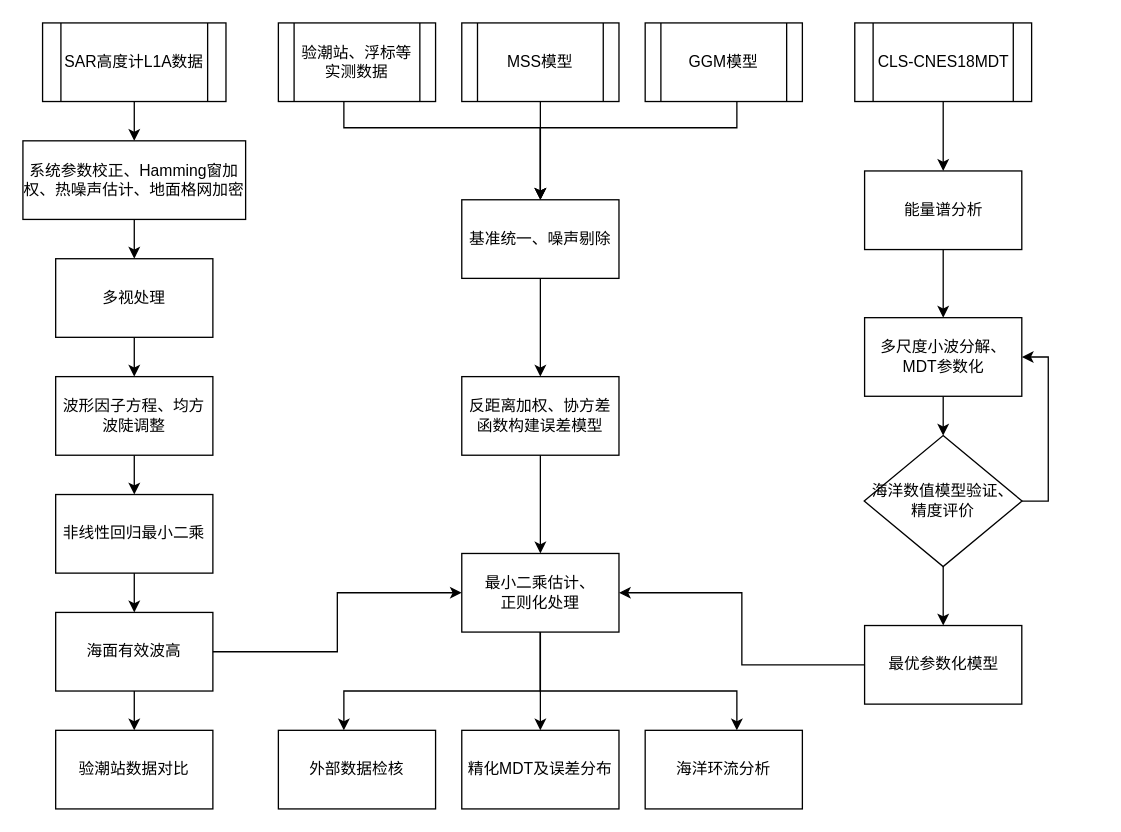
The draw.io diagram Multi-source data for MDT refinement.drawio in skgiter/drawIO, before the edit. Source tidied: cells renumbered, new cells numbered last; positions are measured from the earlier drawing's top-left corner, leaving out a move shared by most shapes. Both pictures are drawn from the tidied source at 131%, with x=0, y=0 at pixel (22, 22).
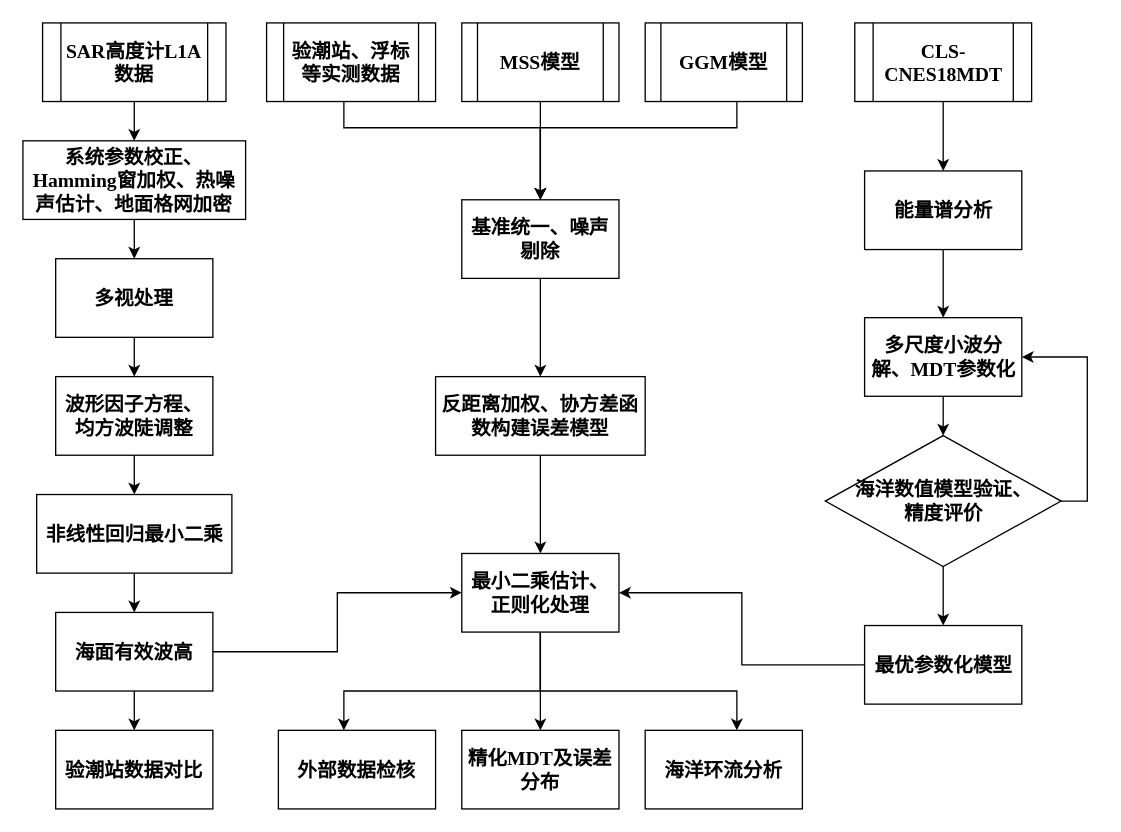
After the change.

Change to the diagram source:
```diff
@@
-    <mxCell id="2" style="edgeStyle=orthogonalEdgeStyle;rounded=0;jettySize=auto;html=1;" parent="1" edge="1" source="3" target="5">
+    <mxCell id="2" style="edgeStyle=orthogonalEdgeStyle;rounded=0;jettySize=auto;html=1;fontFamily=Times New Roman;fontStyle=1;fontSize=15;" parent="1" edge="1" source="3" target="5">
       <mxGeometry relative="1" as="geometry" />
     </mxCell>
-    <mxCell id="3" value="SAR高度计L1A数据" style="shape=process;whiteSpace=wrap;html=1;backgroundOutline=1;" parent="1" vertex="1">
+    <mxCell id="3" value="SAR高度计L1A数据" style="shape=process;whiteSpace=wrap;html=1;backgroundOutline=1;fontFamily=Times New Roman;fontStyle=1;fontSize=15;" parent="1" vertex="1">
       <mxGeometry x="15" width="140" height="60" as="geometry" />
     </mxCell>
-    <mxCell id="4" style="edgeStyle=orthogonalEdgeStyle;rounded=0;jettySize=auto;html=1;" parent="1" edge="1" source="5" target="7">
+    <mxCell id="4" style="edgeStyle=orthogonalEdgeStyle;rounded=0;jettySize=auto;html=1;fontFamily=Times New Roman;fontStyle=1;fontSize=15;" parent="1" edge="1" source="5" target="7">
       <mxGeometry relative="1" as="geometry" />
     </mxCell>
-    <mxCell id="5" value="系统参数校正、Hamming窗加权、热噪声估计、地面格网加密" style="rounded=0;whiteSpace=wrap;html=1;" parent="1" vertex="1">
+    <mxCell id="5" value="系统参数校正、Hamming窗加权、热噪声估计、地面格网加密" style="rounded=0;whiteSpace=wrap;html=1;fontFamily=Times New Roman;fontStyle=1;fontSize=15;" parent="1" vertex="1">
       <mxGeometry y="90" width="170" height="60" as="geometry" />
     </mxCell>
-    <mxCell id="6" style="edgeStyle=orthogonalEdgeStyle;rounded=0;jettySize=auto;html=1;" parent="1" edge="1" source="7" target="9">
+    <mxCell id="6" style="edgeStyle=orthogonalEdgeStyle;rounded=0;jettySize=auto;html=1;fontFamily=Times New Roman;fontStyle=1;fontSize=15;" parent="1" edge="1" source="7" target="9">
       <mxGeometry relative="1" as="geometry" />
     </mxCell>
-    <mxCell id="7" value="&lt;span style=&quot;white-space: normal&quot;&gt;多视处理&lt;/span&gt;" style="rounded=0;whiteSpace=wrap;html=1;" parent="1" vertex="1">
+    <mxCell id="7" value="&lt;span style=&quot;white-space: normal; font-size: 15px;&quot;&gt;多视处理&lt;/span&gt;" style="rounded=0;whiteSpace=wrap;html=1;fontFamily=Times New Roman;fontStyle=1;fontSize=15;" parent="1" vertex="1">
       <mxGeometry x="25" y="180" width="120" height="60" as="geometry" />
     </mxCell>
-    <mxCell id="8" style="edgeStyle=orthogonalEdgeStyle;rounded=0;jettySize=auto;html=1;" parent="1" edge="1" source="9" target="11">
+    <mxCell id="8" style="edgeStyle=orthogonalEdgeStyle;rounded=0;jettySize=auto;html=1;fontFamily=Times New Roman;fontStyle=1;fontSize=15;" parent="1" edge="1" source="9" target="11">
       <mxGeometry relative="1" as="geometry" />
     </mxCell>
-    <mxCell id="9" value="&lt;span style=&quot;white-space: normal&quot;&gt;波形因子方程、均方波陡调整&lt;/span&gt;" style="rounded=0;whiteSpace=wrap;html=1;" parent="1" vertex="1">
+    <mxCell id="9" value="&lt;span style=&quot;white-space: normal; font-size: 15px;&quot;&gt;波形因子方程、均方波陡调整&lt;/span&gt;" style="rounded=0;whiteSpace=wrap;html=1;fontFamily=Times New Roman;fontStyle=1;fontSize=15;" parent="1" vertex="1">
       <mxGeometry x="25" y="270" width="120" height="60" as="geometry" />
     </mxCell>
-    <mxCell id="10" style="edgeStyle=orthogonalEdgeStyle;rounded=0;jettySize=auto;html=1;" parent="1" edge="1" source="11" target="13">
+    <mxCell id="10" style="edgeStyle=orthogonalEdgeStyle;rounded=0;jettySize=auto;html=1;fontFamily=Times New Roman;fontStyle=1;fontSize=15;" parent="1" edge="1" source="11" target="13">
       <mxGeometry relative="1" as="geometry" />
     </mxCell>
-    <mxCell id="11" value="&lt;span style=&quot;white-space: normal&quot;&gt;非线性回归最小二乘&lt;/span&gt;" style="rounded=0;whiteSpace=wrap;html=1;" parent="1" vertex="1">
-      <mxGeometry x="25" y="360" width="120" height="60" as="geometry" />
+    <mxCell id="11" value="&lt;span style=&quot;white-space: normal; font-size: 15px;&quot;&gt;非线性回归最小二乘&lt;/span&gt;" style="rounded=0;whiteSpace=wrap;html=1;fontFamily=Times New Roman;fontStyle=1;fontSize=15;" parent="1" vertex="1">
+      <mxGeometry x="10.5" y="360" width="149" height="60" as="geometry" />
     </mxCell>
-    <mxCell id="12" style="edgeStyle=orthogonalEdgeStyle;rounded=0;jettySize=auto;html=1;" parent="1" edge="1" source="13" target="15">
+    <mxCell id="12" style="edgeStyle=orthogonalEdgeStyle;rounded=0;jettySize=auto;html=1;fontFamily=Times New Roman;fontStyle=1;fontSize=15;" parent="1" edge="1" source="13" target="15">
       <mxGeometry relative="1" as="geometry" />
     </mxCell>
-    <mxCell id="13" value="&lt;span style=&quot;white-space: normal&quot;&gt;海面有效波高&lt;/span&gt;" style="rounded=0;whiteSpace=wrap;html=1;" parent="1" vertex="1">
+    <mxCell id="13" value="&lt;span style=&quot;white-space: normal; font-size: 15px;&quot;&gt;海面有效波高&lt;/span&gt;" style="rounded=0;whiteSpace=wrap;html=1;fontFamily=Times New Roman;fontStyle=1;fontSize=15;" parent="1" vertex="1">
       <mxGeometry x="25" y="450" width="120" height="60" as="geometry" />
     </mxCell>
-    <mxCell id="14" style="edgeStyle=orthogonalEdgeStyle;rounded=0;jettySize=auto;html=1;entryX=0;entryY=0.5;entryDx=0;entryDy=0;exitX=1;exitY=0.5;exitDx=0;exitDy=0;" parent="1" edge="1" source="13" target="40">
+    <mxCell id="14" style="edgeStyle=orthogonalEdgeStyle;rounded=0;jettySize=auto;html=1;entryX=0;entryY=0.5;entryDx=0;entryDy=0;exitX=1;exitY=0.5;exitDx=0;exitDy=0;fontFamily=Times New Roman;fontStyle=1;fontSize=15;" parent="1" edge="1" source="13" target="40">
       <mxGeometry relative="1" as="geometry" />
     </mxCell>
-    <mxCell id="15" value="&lt;span style=&quot;white-space: normal&quot;&gt;验潮站数据对比&lt;/span&gt;" style="rounded=0;whiteSpace=wrap;html=1;" parent="1" vertex="1">
+    <mxCell id="15" value="&lt;span style=&quot;white-space: normal; font-size: 15px;&quot;&gt;验潮站数据对比&lt;/span&gt;" style="rounded=0;whiteSpace=wrap;html=1;fontFamily=Times New Roman;fontStyle=1;fontSize=15;" parent="1" vertex="1">
       <mxGeometry x="25" y="540" width="120" height="60" as="geometry" />
     </mxCell>
-    <mxCell id="16" style="edgeStyle=orthogonalEdgeStyle;rounded=0;jettySize=auto;html=1;" parent="1" edge="1" source="17" target="19">
+    <mxCell id="16" style="edgeStyle=orthogonalEdgeStyle;rounded=0;jettySize=auto;html=1;fontFamily=Times New Roman;fontStyle=1;fontSize=15;" parent="1" edge="1" source="17" target="19">
       <mxGeometry relative="1" as="geometry" />
     </mxCell>
-    <mxCell id="17" value="CLS-CNES18MDT" style="shape=process;whiteSpace=wrap;html=1;backgroundOutline=1;" parent="1" vertex="1">
+    <mxCell id="17" value="CLS-CNES18MDT" style="shape=process;whiteSpace=wrap;html=1;backgroundOutline=1;fontFamily=Times New Roman;fontStyle=1;fontSize=15;" parent="1" vertex="1">
       <mxGeometry x="635" width="135" height="60" as="geometry" />
     </mxCell>
-    <mxCell id="18" style="edgeStyle=orthogonalEdgeStyle;rounded=0;jettySize=auto;html=1;" parent="1" edge="1" source="19" target="21">
+    <mxCell id="18" style="edgeStyle=orthogonalEdgeStyle;rounded=0;jettySize=auto;html=1;fontFamily=Times New Roman;fontStyle=1;fontSize=15;" parent="1" edge="1" source="19" target="21">
       <mxGeometry relative="1" as="geometry" />
     </mxCell>
-    <mxCell id="19" value="能量谱分析" style="rounded=0;whiteSpace=wrap;html=1;" parent="1" vertex="1">
+    <mxCell id="19" value="能量谱分析" style="rounded=0;whiteSpace=wrap;html=1;fontFamily=Times New Roman;fontStyle=1;fontSize=15;" parent="1" vertex="1">
       <mxGeometry x="642.5" y="113" width="120" height="60" as="geometry" />
     </mxCell>
-    <mxCell id="20" style="edgeStyle=orthogonalEdgeStyle;rounded=0;jettySize=auto;html=1;" parent="1" edge="1" source="21" target="24">
+    <mxCell id="20" style="edgeStyle=orthogonalEdgeStyle;rounded=0;jettySize=auto;html=1;fontFamily=Times New Roman;fontStyle=1;fontSize=15;" parent="1" edge="1" source="21" target="24">
       <mxGeometry relative="1" as="geometry" />
     </mxCell>
-    <mxCell id="21" value="多尺度小波分解、MDT参数化" style="rounded=0;whiteSpace=wrap;html=1;" parent="1" vertex="1">
+    <mxCell id="21" value="多尺度小波分解、MDT参数化" style="rounded=0;whiteSpace=wrap;html=1;fontFamily=Times New Roman;fontStyle=1;fontSize=15;" parent="1" vertex="1">
       <mxGeometry x="642.5" y="225" width="120" height="60" as="geometry" />
     </mxCell>
-    <mxCell id="22" style="edgeStyle=orthogonalEdgeStyle;rounded=0;jettySize=auto;html=1;entryX=1;entryY=0.5;entryDx=0;entryDy=0;exitX=1;exitY=0.5;exitDx=0;exitDy=0;" parent="1" edge="1" source="24" target="21">
+    <mxCell id="22" style="edgeStyle=orthogonalEdgeStyle;rounded=0;jettySize=auto;html=1;entryX=1;entryY=0.5;entryDx=0;entryDy=0;exitX=1;exitY=0.5;exitDx=0;exitDy=0;fontFamily=Times New Roman;fontStyle=1;fontSize=15;" parent="1" edge="1" source="24" target="21">
       <mxGeometry relative="1" as="geometry" />
     </mxCell>
-    <mxCell id="23" style="edgeStyle=orthogonalEdgeStyle;rounded=0;jettySize=auto;html=1;" parent="1" edge="1" source="24" target="26">
+    <mxCell id="23" style="edgeStyle=orthogonalEdgeStyle;rounded=0;jettySize=auto;html=1;fontFamily=Times New Roman;fontStyle=1;fontSize=15;" parent="1" edge="1" source="24" target="26">
       <mxGeometry relative="1" as="geometry" />
     </mxCell>
-    <mxCell id="24" value="海洋数值模型验证、&lt;br&gt;精度评价" style="rhombus;whiteSpace=wrap;html=1;" parent="1" vertex="1">
-      <mxGeometry x="642.2" y="315" width="120.5" height="100" as="geometry" />
+    <mxCell id="24" value="海洋数值模型验证、&lt;br style=&quot;font-size: 15px;&quot;&gt;精度评价" style="rhombus;whiteSpace=wrap;html=1;fontFamily=Times New Roman;fontStyle=1;fontSize=15;" parent="1" vertex="1">
+      <mxGeometry x="612.5" y="315" width="180" height="100" as="geometry" />
     </mxCell>
-    <mxCell id="25" style="edgeStyle=orthogonalEdgeStyle;rounded=0;jettySize=auto;html=1;entryX=1;entryY=0.5;entryDx=0;entryDy=0;" parent="1" edge="1" source="26" target="40">
+    <mxCell id="25" style="edgeStyle=orthogonalEdgeStyle;rounded=0;jettySize=auto;html=1;entryX=1;entryY=0.5;entryDx=0;entryDy=0;fontFamily=Times New Roman;fontStyle=1;fontSize=15;" parent="1" edge="1" source="26" target="40">
       <mxGeometry relative="1" as="geometry" />
     </mxCell>
-    <mxCell id="26" value="最优参数化模型" style="rounded=0;whiteSpace=wrap;html=1;" parent="1" vertex="1">
+    <mxCell id="26" value="最优参数化模型" style="rounded=0;whiteSpace=wrap;html=1;fontFamily=Times New Roman;fontStyle=1;fontSize=15;" parent="1" vertex="1">
       <mxGeometry x="642.5" y="460" width="120" height="60" as="geometry" />
     </mxCell>
-    <mxCell id="27" style="edgeStyle=orthogonalEdgeStyle;rounded=0;jettySize=auto;html=1;entryX=0.5;entryY=0;entryDx=0;entryDy=0;" parent="1" edge="1" source="28" target="34">
+    <mxCell id="27" style="edgeStyle=orthogonalEdgeStyle;rounded=0;jettySize=auto;html=1;entryX=0.5;entryY=0;entryDx=0;entryDy=0;fontFamily=Times New Roman;fontStyle=1;fontSize=15;" parent="1" edge="1" source="28" target="34">
       <mxGeometry relative="1" as="geometry">
         <Array as="points">
           <mxPoint x="245" y="80" />
           <mxPoint x="395" y="80" />
         </Array>
       </mxGeometry>
     </mxCell>
-    <mxCell id="28" value="验潮站、浮标等实测数据" style="shape=process;whiteSpace=wrap;html=1;backgroundOutline=1;" parent="1" vertex="1">
-      <mxGeometry x="195" width="120" height="60" as="geometry" />
+    <mxCell id="28" value="验潮站、浮标等实测数据" style="shape=process;whiteSpace=wrap;html=1;backgroundOutline=1;fontFamily=Times New Roman;fontStyle=1;fontSize=15;" parent="1" vertex="1">
+      <mxGeometry x="186" width="129" height="60" as="geometry" />
     </mxCell>
-    <mxCell id="29" style="edgeStyle=orthogonalEdgeStyle;rounded=0;jettySize=auto;html=1;entryX=0.5;entryY=0;entryDx=0;entryDy=0;" parent="1" edge="1" source="30" target="34">
+    <mxCell id="29" style="edgeStyle=orthogonalEdgeStyle;rounded=0;jettySize=auto;html=1;entryX=0.5;entryY=0;entryDx=0;entryDy=0;fontFamily=Times New Roman;fontStyle=1;fontSize=15;" parent="1" edge="1" source="30" target="34">
       <mxGeometry relative="1" as="geometry" />
     </mxCell>
-    <mxCell id="30" value="MSS模型" style="shape=process;whiteSpace=wrap;html=1;backgroundOutline=1;" parent="1" vertex="1">
+    <mxCell id="30" value="MSS模型" style="shape=process;whiteSpace=wrap;html=1;backgroundOutline=1;fontFamily=Times New Roman;fontStyle=1;fontSize=15;" parent="1" vertex="1">
       <mxGeometry x="335" width="120" height="60" as="geometry" />
     </mxCell>
-    <mxCell id="31" style="edgeStyle=orthogonalEdgeStyle;rounded=0;jettySize=auto;html=1;entryX=0.5;entryY=0;entryDx=0;entryDy=0;" parent="1" edge="1" source="32" target="34">
+    <mxCell id="31" style="edgeStyle=orthogonalEdgeStyle;rounded=0;jettySize=auto;html=1;entryX=0.5;entryY=0;entryDx=0;entryDy=0;fontFamily=Times New Roman;fontStyle=1;fontSize=15;" parent="1" edge="1" source="32" target="34">
       <mxGeometry relative="1" as="geometry">
         <Array as="points">
           <mxPoint x="545" y="80" />
           <mxPoint x="395" y="80" />
         </Array>
       </mxGeometry>
     </mxCell>
-    <mxCell id="32" value="&lt;span style=&quot;white-space: normal&quot;&gt;GGM模型&lt;/span&gt;" style="shape=process;whiteSpace=wrap;html=1;backgroundOutline=1;fontFamily=Helvetica;fontSize=12;fontColor=#000000;align=center;strokeColor=#000000;fillColor=#ffffff;" parent="1" vertex="1">
+    <mxCell id="32" value="&lt;span style=&quot;white-space: normal; font-size: 15px;&quot;&gt;GGM模型&lt;/span&gt;" style="shape=process;whiteSpace=wrap;html=1;backgroundOutline=1;fontFamily=Times New Roman;fontSize=15;fontColor=#000000;align=center;strokeColor=#000000;fillColor=#ffffff;fontStyle=1;" parent="1" vertex="1">
       <mxGeometry x="475" width="120" height="60" as="geometry" />
     </mxCell>
-    <mxCell id="33" style="edgeStyle=orthogonalEdgeStyle;rounded=0;jettySize=auto;html=1;" parent="1" edge="1" source="34" target="36">
+    <mxCell id="33" style="edgeStyle=orthogonalEdgeStyle;rounded=0;jettySize=auto;html=1;fontFamily=Times New Roman;fontStyle=1;fontSize=15;" parent="1" edge="1" source="34" target="36">
       <mxGeometry relative="1" as="geometry" />
     </mxCell>
-    <mxCell id="34" value="&lt;span style=&quot;white-space: normal&quot;&gt;基准统一、噪声剔除&lt;/span&gt;" style="rounded=0;whiteSpace=wrap;html=1;" parent="1" vertex="1">
+    <mxCell id="34" value="&lt;span style=&quot;white-space: normal; font-size: 15px;&quot;&gt;基准统一、噪声剔除&lt;/span&gt;" style="rounded=0;whiteSpace=wrap;html=1;fontFamily=Times New Roman;fontStyle=1;fontSize=15;" parent="1" vertex="1">
       <mxGeometry x="335" y="135" width="120" height="60" as="geometry" />
     </mxCell>
-    <mxCell id="35" style="edgeStyle=orthogonalEdgeStyle;rounded=0;jettySize=auto;html=1;entryX=0.5;entryY=0;entryDx=0;entryDy=0;" parent="1" edge="1" source="36" target="40">
+    <mxCell id="35" style="edgeStyle=orthogonalEdgeStyle;rounded=0;jettySize=auto;html=1;entryX=0.5;entryY=0;entryDx=0;entryDy=0;fontFamily=Times New Roman;fontStyle=1;fontSize=15;" parent="1" edge="1" source="36" target="40">
       <mxGeometry relative="1" as="geometry" />
     </mxCell>
-    <mxCell id="36" value="&lt;span style=&quot;white-space: normal&quot;&gt;反距离加权、协方差函数构建误差模型&lt;/span&gt;" style="rounded=0;whiteSpace=wrap;html=1;" parent="1" vertex="1">
-      <mxGeometry x="335" y="270" width="120" height="60" as="geometry" />
+    <mxCell id="36" value="&lt;span style=&quot;white-space: normal; font-size: 15px;&quot;&gt;反距离加权、协方差函数构建误差模型&lt;/span&gt;" style="rounded=0;whiteSpace=wrap;html=1;fontFamily=Times New Roman;fontStyle=1;fontSize=15;" parent="1" vertex="1">
+      <mxGeometry x="315" y="270" width="160" height="60" as="geometry" />
     </mxCell>
-    <mxCell id="37" style="edgeStyle=orthogonalEdgeStyle;rounded=0;jettySize=auto;html=1;exitX=0.5;exitY=1;exitDx=0;exitDy=0;" parent="1" edge="1" source="40" target="42">
+    <mxCell id="37" style="edgeStyle=orthogonalEdgeStyle;rounded=0;jettySize=auto;html=1;exitX=0.5;exitY=1;exitDx=0;exitDy=0;fontFamily=Times New Roman;fontStyle=1;fontSize=15;" parent="1" edge="1" source="40" target="42">
       <mxGeometry relative="1" as="geometry">
         <Array as="points">
           <mxPoint x="395" y="510" />
           <mxPoint x="545" y="510" />
         </Array>
       </mxGeometry>
     </mxCell>
-    <mxCell id="38" style="edgeStyle=orthogonalEdgeStyle;rounded=0;jettySize=auto;html=1;exitX=0.5;exitY=1;exitDx=0;exitDy=0;" parent="1" edge="1" source="40" target="43">
+    <mxCell id="38" style="edgeStyle=orthogonalEdgeStyle;rounded=0;jettySize=auto;html=1;exitX=0.5;exitY=1;exitDx=0;exitDy=0;fontFamily=Times New Roman;fontStyle=1;fontSize=15;" parent="1" edge="1" source="40" target="43">
       <mxGeometry relative="1" as="geometry">
         <Array as="points">
           <mxPoint x="395" y="510" />
           <mxPoint x="245" y="510" />
         </Array>
       </mxGeometry>
     </mxCell>
-    <mxCell id="39" style="edgeStyle=orthogonalEdgeStyle;rounded=0;jettySize=auto;html=1;" parent="1" edge="1" source="40" target="41">
+    <mxCell id="39" style="edgeStyle=orthogonalEdgeStyle;rounded=0;jettySize=auto;html=1;fontFamily=Times New Roman;fontStyle=1;fontSize=15;" parent="1" edge="1" source="40" target="41">
       <mxGeometry relative="1" as="geometry" />
     </mxCell>
-    <mxCell id="40" value="&lt;span style=&quot;white-space: normal&quot;&gt;最小二乘估计、&lt;br&gt;正则化处理&lt;br&gt;&lt;/span&gt;" style="rounded=0;whiteSpace=wrap;html=1;" parent="1" vertex="1">
+    <mxCell id="40" value="&lt;span style=&quot;white-space: normal; font-size: 15px;&quot;&gt;最小二乘估计、&lt;br style=&quot;font-size: 15px;&quot;&gt;正则化处理&lt;br style=&quot;font-size: 15px;&quot;&gt;&lt;/span&gt;" style="rounded=0;whiteSpace=wrap;html=1;fontFamily=Times New Roman;fontStyle=1;fontSize=15;" parent="1" vertex="1">
       <mxGeometry x="335" y="405" width="120" height="60" as="geometry" />
     </mxCell>
-    <mxCell id="41" value="精化MDT及误差分布" style="rounded=0;whiteSpace=wrap;html=1;" parent="1" vertex="1">
+    <mxCell id="41" value="精化MDT及误差分布" style="rounded=0;whiteSpace=wrap;html=1;fontFamily=Times New Roman;fontStyle=1;fontSize=15;" parent="1" vertex="1">
       <mxGeometry x="335" y="540" width="120" height="60" as="geometry" />
     </mxCell>
-    <mxCell id="42" value="海洋环流分析" style="rounded=0;whiteSpace=wrap;html=1;" parent="1" vertex="1">
+    <mxCell id="42" value="海洋环流分析" style="rounded=0;whiteSpace=wrap;html=1;fontFamily=Times New Roman;fontStyle=1;fontSize=15;" parent="1" vertex="1">
       <mxGeometry x="475" y="540" width="120" height="60" as="geometry" />
     </mxCell>
-    <mxCell id="43" value="&lt;span style=&quot;white-space: normal&quot;&gt;外部数据检核&lt;/span&gt;" style="rounded=0;whiteSpace=wrap;html=1;" parent="1" vertex="1">
+    <mxCell id="43" value="&lt;span style=&quot;white-space: normal; font-size: 15px;&quot;&gt;外部数据检核&lt;/span&gt;" style="rounded=0;whiteSpace=wrap;html=1;fontFamily=Times New Roman;fontStyle=1;fontSize=15;" parent="1" vertex="1">
       <mxGeometry x="195" y="540" width="120" height="60" as="geometry" />
     </mxCell>
```
